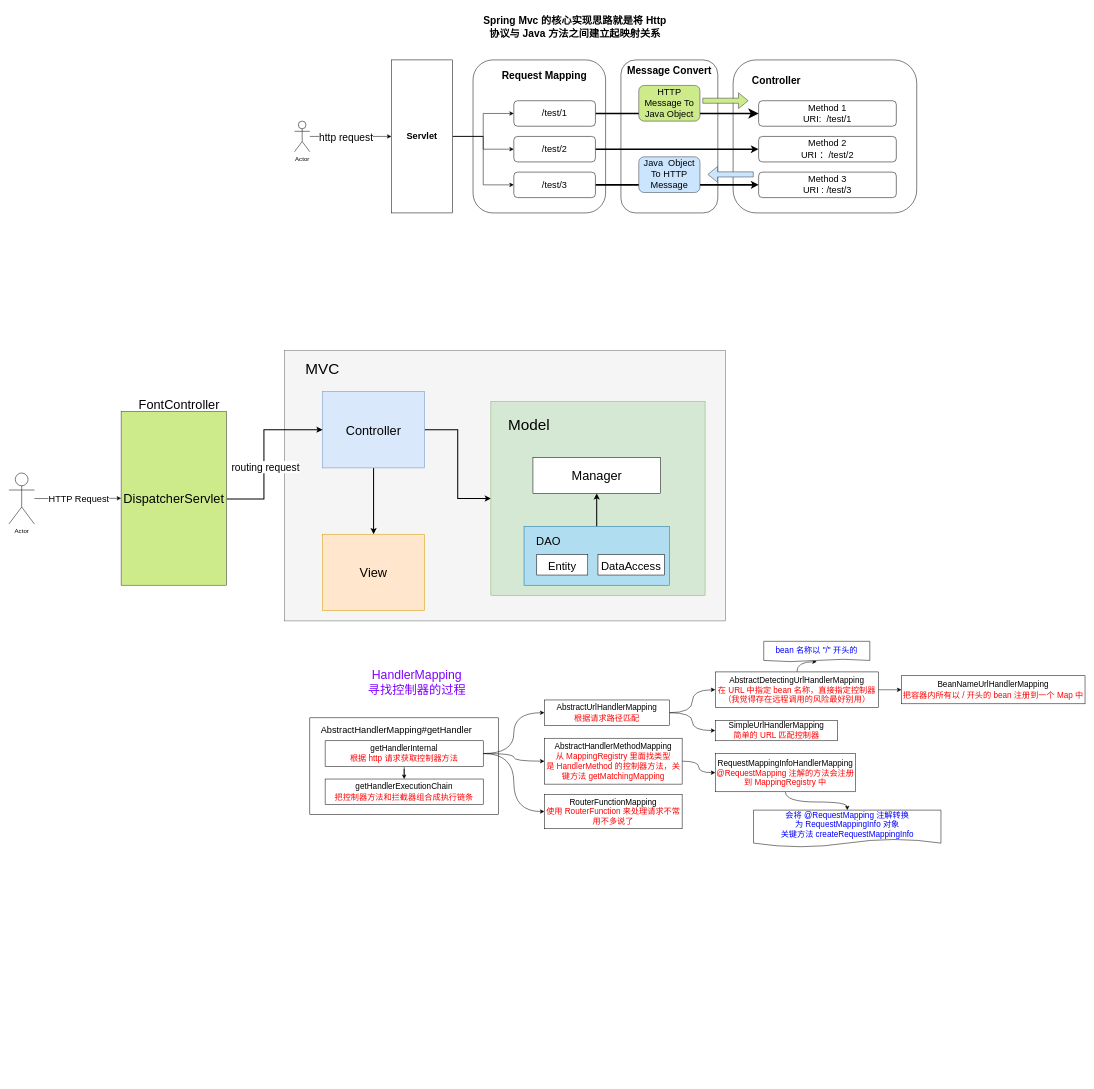
This is spring/springmvc实现思路.drawio from GitHeP/diagrams, a draw.io file, before an edit. Source tidied: cells renumbered, new cells numbered last; positions are measured from the earlier drawing's top-left corner, leaving out a move shared by most shapes. Both pictures are drawn from the tidied source at 51%, with x=0, y=0 at pixel (9, 9).
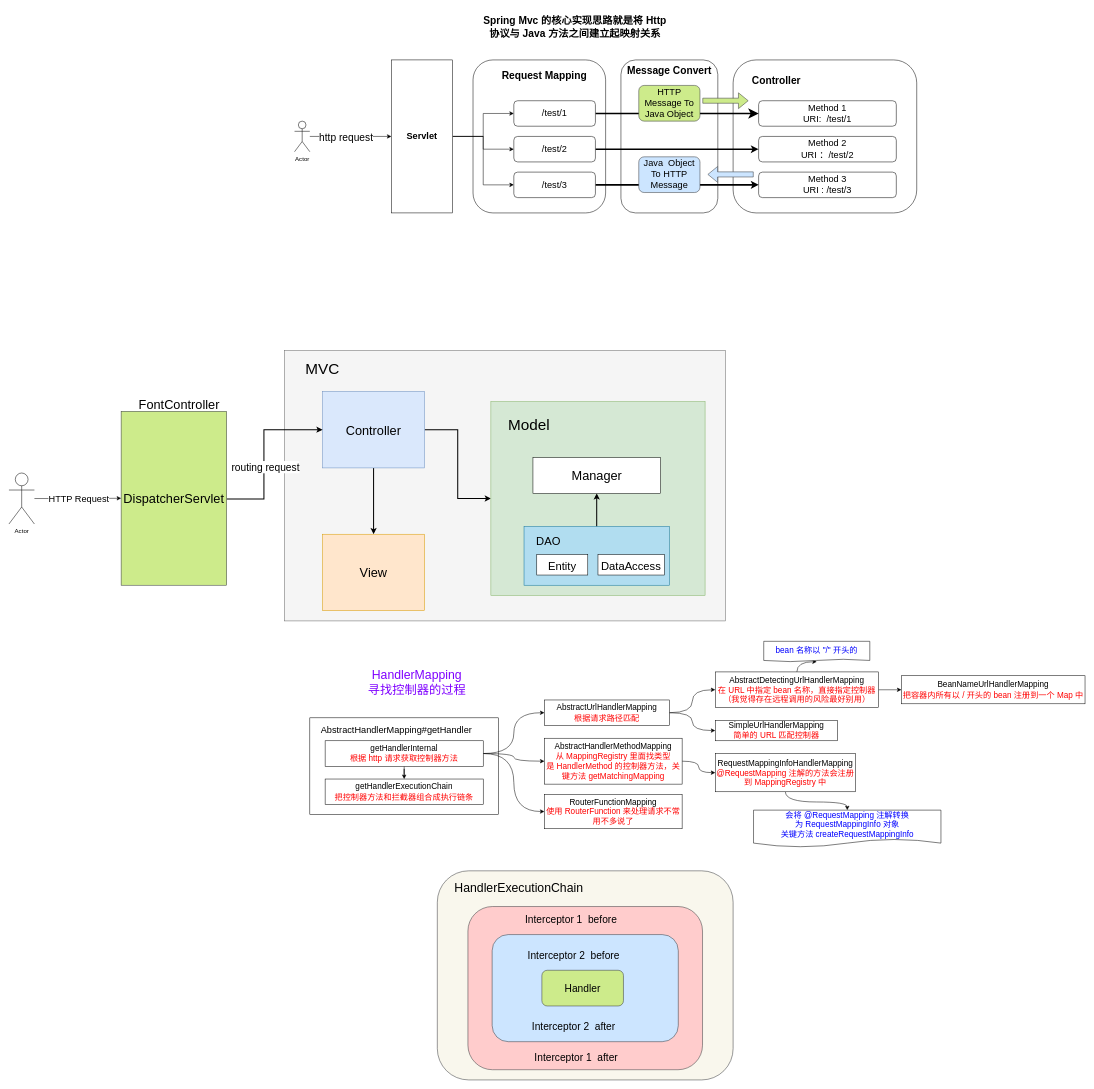
After the change.

Commit message:
更新springmvc实现思路.drawio

Diff of the diagram source:
```diff
@@
+    <mxCell id="74" style="rounded=1;whiteSpace=wrap;html=1;fillColor=#f9f7ed;strokeColor=#36393d;" parent="1" vertex="1">
+      <mxGeometry x="840" y="1690" width="580" height="410" as="geometry" />
+    </mxCell>
@@
+    <mxCell id="75" style="rounded=1;whiteSpace=wrap;html=1;fillColor=#ffcccc;strokeColor=#36393d;" parent="1" vertex="1">
+      <mxGeometry x="900" y="1760" width="460" height="320" as="geometry" />
+    </mxCell>
+    <mxCell id="76" style="rounded=1;whiteSpace=wrap;html=1;fillColor=#cce5ff;strokeColor=#36393d;" parent="1" vertex="1">
+      <mxGeometry x="947.5" y="1815" width="365" height="210" as="geometry" />
+    </mxCell>
+    <mxCell id="77" value="&lt;font style=&quot;font-size: 20px;&quot;&gt;Handler&lt;/font&gt;" style="rounded=1;whiteSpace=wrap;html=1;fillColor=#cdeb8b;strokeColor=#36393d;" parent="1" vertex="1">
+      <mxGeometry x="1045" y="1885" width="160" height="70" as="geometry" />
+    </mxCell>
+    <mxCell id="78" value="&lt;font style=&quot;font-size: 20px;&quot;&gt;Interceptor 2&amp;nbsp; before&lt;/font&gt;" style="text;html=1;strokeColor=none;fillColor=none;align=center;verticalAlign=middle;whiteSpace=wrap;rounded=0;" parent="1" vertex="1">
+      <mxGeometry x="1005" y="1840" width="205" height="30" as="geometry" />
+    </mxCell>
+    <mxCell id="79" value="&lt;font style=&quot;font-size: 20px;&quot;&gt;Interceptor 2&amp;nbsp; after&lt;/font&gt;" style="text;html=1;strokeColor=none;fillColor=none;align=center;verticalAlign=middle;whiteSpace=wrap;rounded=0;" parent="1" vertex="1">
+      <mxGeometry x="1005" y="1980" width="205" height="30" as="geometry" />
+    </mxCell>
+    <mxCell id="80" value="&lt;font style=&quot;font-size: 20px;&quot;&gt;Interceptor 1&amp;nbsp; before&lt;/font&gt;" style="text;html=1;strokeColor=none;fillColor=none;align=center;verticalAlign=middle;whiteSpace=wrap;rounded=0;" parent="1" vertex="1">
+      <mxGeometry x="1000" y="1770" width="205" height="30" as="geometry" />
+    </mxCell>
+    <mxCell id="81" value="&lt;font style=&quot;font-size: 20px;&quot;&gt;Interceptor 1&amp;nbsp; after&lt;/font&gt;" style="text;html=1;strokeColor=none;fillColor=none;align=center;verticalAlign=middle;whiteSpace=wrap;rounded=0;" parent="1" vertex="1">
+      <mxGeometry x="1010" y="2040" width="205" height="30" as="geometry" />
+    </mxCell>
+    <mxCell id="82" value="&lt;font style=&quot;font-size: 24px;&quot;&gt;HandlerExecutionChain&lt;/font&gt;" style="text;html=1;strokeColor=none;fillColor=none;align=center;verticalAlign=middle;whiteSpace=wrap;rounded=0;" parent="1" vertex="1">
+      <mxGeometry x="880" y="1700" width="240" height="50" as="geometry" />
+    </mxCell>
```
